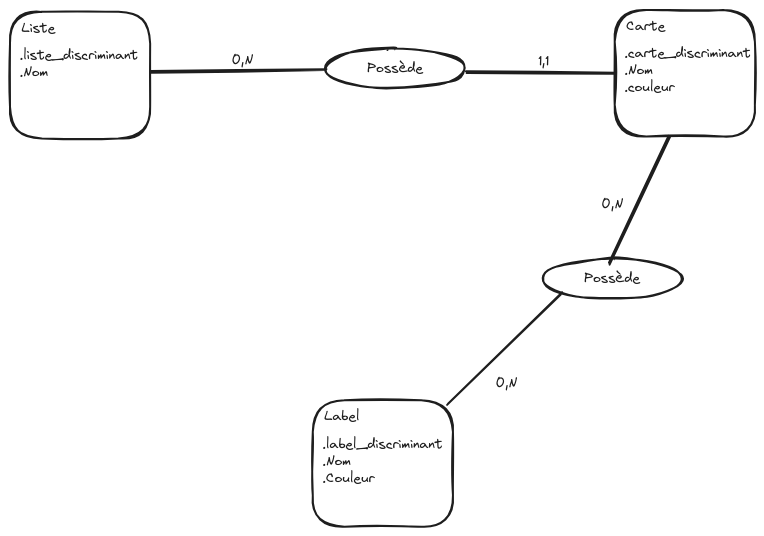
This is docs/resources/mcd.excalidraw.png from kurogami20/Okanban, a Excalidraw export, as it was before one commit. Source tidied: one line per element, renumbered; positions are measured from the earlier drawing's top-left corner, leaving out a move shared by most shapes. Its diagram source:
```json
{"id": 0, "type": "rectangle", "strokeColor": "#1e1e1e", "strokeWidth": 2, "roughness": 1, "round": true, "x": 0, "y": 2, "width": 140, "height": 127}
{"id": 1, "type": "text", "text": "Liste", "strokeColor": "#1e1e1e", "strokeWidth": 2, "roughness": 1, "fontSize": 13.61, "fontFamily": 1, "x": 12, "y": 10, "width": 34, "height": 17}
{"id": 2, "type": "text", "text": ".liste_discriminant\n.Nom", "strokeColor": "#1e1e1e", "strokeWidth": 2, "roughness": 1, "fontSize": 13.61, "fontFamily": 1, "x": 10, "y": 37, "width": 119, "height": 34}
{"id": 3, "type": "rectangle", "strokeColor": "#1e1e1e", "strokeWidth": 2, "roughness": 1, "round": true, "x": 605, "y": 0, "width": 140, "height": 127}
{"id": 4, "type": "text", "text": "Carte", "strokeColor": "#1e1e1e", "strokeWidth": 2, "roughness": 1, "fontSize": 13.61, "fontFamily": 1, "x": 616, "y": 8, "width": 39, "height": 17}
{"id": 5, "type": "text", "text": ".carte_discriminant\n.Nom\n.couleur", "strokeColor": "#1e1e1e", "strokeWidth": 2, "roughness": 1, "fontSize": 13.61, "fontFamily": 1, "x": 614, "y": 35, "width": 127, "height": 51}
{"id": 6, "type": "rectangle", "strokeColor": "#1e1e1e", "strokeWidth": 2, "roughness": 1, "round": true, "x": 303, "y": 390, "width": 140, "height": 127}
{"id": 7, "type": "text", "text": "Label", "strokeColor": "#1e1e1e", "strokeWidth": 2, "roughness": 1, "fontSize": 13.61, "fontFamily": 1, "x": 314, "y": 398, "width": 35, "height": 17}
{"id": 8, "type": "text", "text": ".label_discriminant\n.Nom\n.Couleur", "strokeColor": "#1e1e1e", "strokeWidth": 2, "roughness": 1, "fontSize": 13.61, "fontFamily": 1, "x": 312, "y": 426, "width": 120, "height": 51}
{"id": 9, "type": "ellipse", "strokeColor": "#1e1e1e", "strokeWidth": 2, "roughness": 1, "round": true, "x": 532, "y": 249, "width": 140, "height": 40}
{"id": 10, "type": "text", "text": "Possède", "strokeColor": "#1e1e1e", "strokeWidth": 2, "roughness": 1, "fontSize": 13.61, "fontFamily": 1, "textAlign": "center", "verticalAlign": "middle", "inside": 9, "x": 574, "y": 260, "width": 56, "height": 17}
{"id": 11, "type": "line", "strokeColor": "#1e1e1e", "strokeWidth": 2, "roughness": 1, "round": true, "x": 552, "y": 283, "width": 114, "height": 111, "points": [[0, 0], [-114, 111]]}
{"id": 12, "type": "line", "strokeColor": "#1e1e1e", "strokeWidth": 2, "roughness": 1, "round": true, "x": 660, "y": 126, "width": 61, "height": 128, "points": [[0, 0], [-61, 128]]}
{"id": 13, "type": "text", "text": "0,N", "strokeColor": "#1e1e1e", "strokeWidth": 2, "roughness": 1, "fontSize": 13.61, "fontFamily": 1, "x": 592, "y": 186, "width": 22, "height": 17}
{"id": 14, "type": "text", "text": "0,N", "strokeColor": "#1e1e1e", "strokeWidth": 2, "roughness": 1, "fontSize": 13.61, "fontFamily": 1, "x": 486, "y": 365, "width": 22, "height": 17}
{"id": 15, "type": "ellipse", "strokeColor": "#1e1e1e", "strokeWidth": 2, "roughness": 1, "round": true, "x": 315, "y": 38, "width": 140, "height": 40}
{"id": 16, "type": "text", "text": "Possède", "strokeColor": "#1e1e1e", "strokeWidth": 2, "roughness": 1, "fontSize": 13.61, "fontFamily": 1, "textAlign": "center", "verticalAlign": "middle", "inside": 15, "x": 357, "y": 50, "width": 56, "height": 17}
{"id": 17, "type": "line", "strokeColor": "#1e1e1e", "strokeWidth": 2, "roughness": 1, "round": true, "x": 605, "y": 64, "width": 149, "height": 2, "points": [[0, 0], [-149, -2]]}
{"id": 18, "type": "line", "strokeColor": "#1e1e1e", "strokeWidth": 2, "roughness": 1, "round": true, "x": 315, "y": 60, "width": 175, "height": 2, "points": [[0, 0], [-175, 2]]}
{"id": 19, "type": "text", "text": "1,1", "strokeColor": "#1e1e1e", "strokeWidth": 2, "roughness": 1, "fontSize": 13.61, "fontFamily": 1, "x": 528, "y": 43, "width": 11, "height": 17}
{"id": 20, "type": "text", "text": "0,N", "strokeColor": "#1e1e1e", "strokeWidth": 2, "roughness": 1, "fontSize": 13.61, "fontFamily": 1, "x": 222, "y": 42, "width": 22, "height": 17}
```
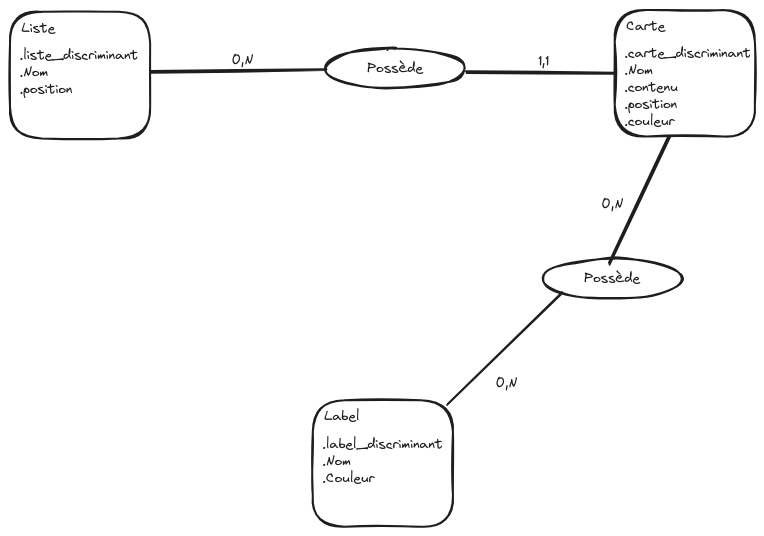
The same diagram one commit later.

Change to the diagram source:
```diff
@@ -1,9 +1,9 @@
 {"id": 0, "type": "rectangle", "strokeColor": "#1e1e1e", "strokeWidth": 2, "roughness": 1, "round": true, "x": 0, "y": 2, "width": 140, "height": 127}
 {"id": 1, "type": "text", "text": "Liste", "strokeColor": "#1e1e1e", "strokeWidth": 2, "roughness": 1, "fontSize": 13.61, "fontFamily": 1, "x": 12, "y": 10, "width": 34, "height": 17}
-{"id": 2, "type": "text", "text": ".liste_discriminant\n.Nom", "strokeColor": "#1e1e1e", "strokeWidth": 2, "roughness": 1, "fontSize": 13.61, "fontFamily": 1, "x": 10, "y": 37, "width": 119, "height": 34}
+{"id": 2, "type": "text", "text": ".liste_discriminant\n.Nom\n.position", "strokeColor": "#1e1e1e", "strokeWidth": 2, "roughness": 1, "fontSize": 13.61, "fontFamily": 1, "x": 10, "y": 37, "width": 119, "height": 51}
 {"id": 3, "type": "rectangle", "strokeColor": "#1e1e1e", "strokeWidth": 2, "roughness": 1, "round": true, "x": 605, "y": 0, "width": 140, "height": 127}
 {"id": 4, "type": "text", "text": "Carte", "strokeColor": "#1e1e1e", "strokeWidth": 2, "roughness": 1, "fontSize": 13.61, "fontFamily": 1, "x": 616, "y": 8, "width": 39, "height": 17}
-{"id": 5, "type": "text", "text": ".carte_discriminant\n.Nom\n.couleur", "strokeColor": "#1e1e1e", "strokeWidth": 2, "roughness": 1, "fontSize": 13.61, "fontFamily": 1, "x": 614, "y": 35, "width": 127, "height": 51}
+{"id": 5, "type": "text", "text": ".carte_discriminant\n.Nom\n.contenu\n.position\n.couleur", "strokeColor": "#1e1e1e", "strokeWidth": 2, "roughness": 1, "fontSize": 13.61, "fontFamily": 1, "x": 614, "y": 35, "width": 127, "height": 85}
 {"id": 6, "type": "rectangle", "strokeColor": "#1e1e1e", "strokeWidth": 2, "roughness": 1, "round": true, "x": 303, "y": 390, "width": 140, "height": 127}
 {"id": 7, "type": "text", "text": "Label", "strokeColor": "#1e1e1e", "strokeWidth": 2, "roughness": 1, "fontSize": 13.61, "fontFamily": 1, "x": 314, "y": 398, "width": 35, "height": 17}
 {"id": 8, "type": "text", "text": ".label_discriminant\n.Nom\n.Couleur", "strokeColor": "#1e1e1e", "strokeWidth": 2, "roughness": 1, "fontSize": 13.61, "fontFamily": 1, "x": 312, "y": 426, "width": 120, "height": 51}
```
